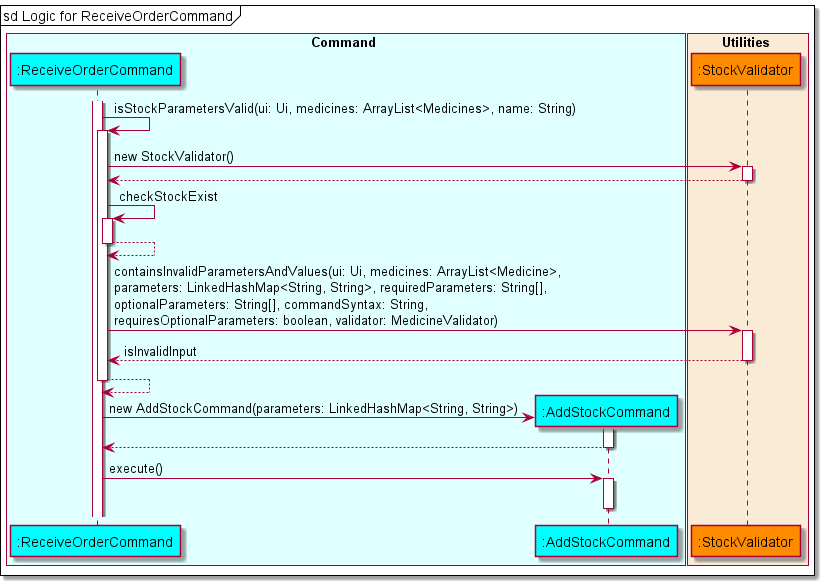
The PlantUML diagram docs/diagrams/diagram_images/ReceiveOrderSequenceDiagram.png in nus-cs2113-AY2122S1/tp, before a commit.
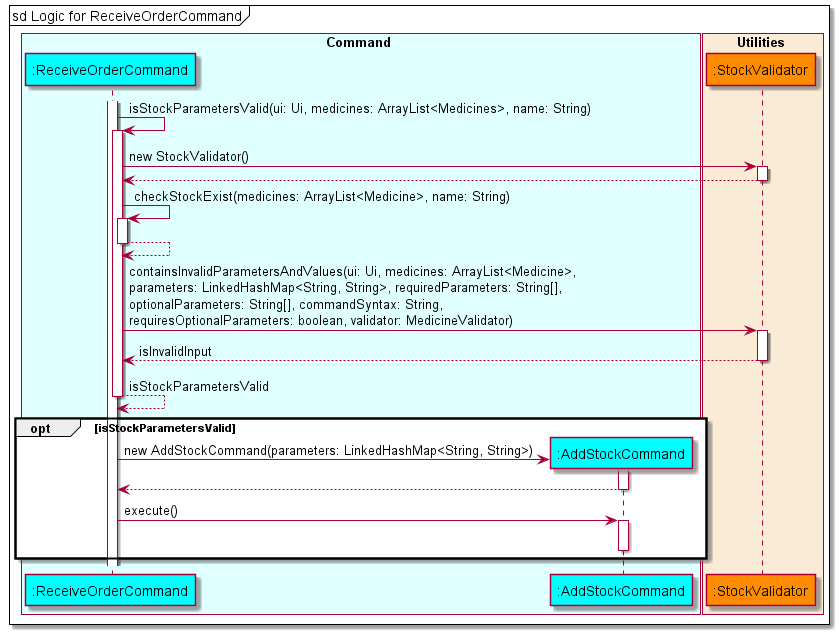
The same file after the commit.

Commit message:
Update sequence diagram

What changed in the source:
```diff
@@ -20,17 +20,19 @@
 receiveordercommand -> stockvalidator : new StockValidator()
 receiveordercommand <-- stockvalidator
 
-receiveordercommand -> receiveordercommand : checkStockExist
+receiveordercommand -> receiveordercommand : checkStockExist(medicines: ArrayList<Medicine>, name: String)
 receiveordercommand --> receiveordercommand
 receiveordercommand -> stockvalidator : containsInvalidParametersAndValues(ui: Ui, medicines: ArrayList<Medicine>,\nparameters: LinkedHashMap<String, String>, requiredParameters: String[],\noptionalParameters: String[], commandSyntax: String,\nrequiresOptionalParameters: boolean, validator: MedicineValidator)
 receiveordercommand <-- stockvalidator : isInvalidInput
 
-receiveordercommand --> receiveordercommand
-create addstockcommand
-receiveordercommand -> addstockcommand : new AddStockCommand(parameters: LinkedHashMap<String, String>)
-receiveordercommand <-- addstockcommand
-receiveordercommand -> addstockcommand : execute()
-deactivate addstockcommand
+receiveordercommand --> receiveordercommand : isStockParametersValid
+opt isStockParametersValid
+    create addstockcommand
+    receiveordercommand -> addstockcommand : new AddStockCommand(parameters: LinkedHashMap<String, String>)
+    receiveordercommand <-- addstockcommand
+    receiveordercommand -> addstockcommand : execute()
+    deactivate addstockcommand
+end
 
 
 
```
